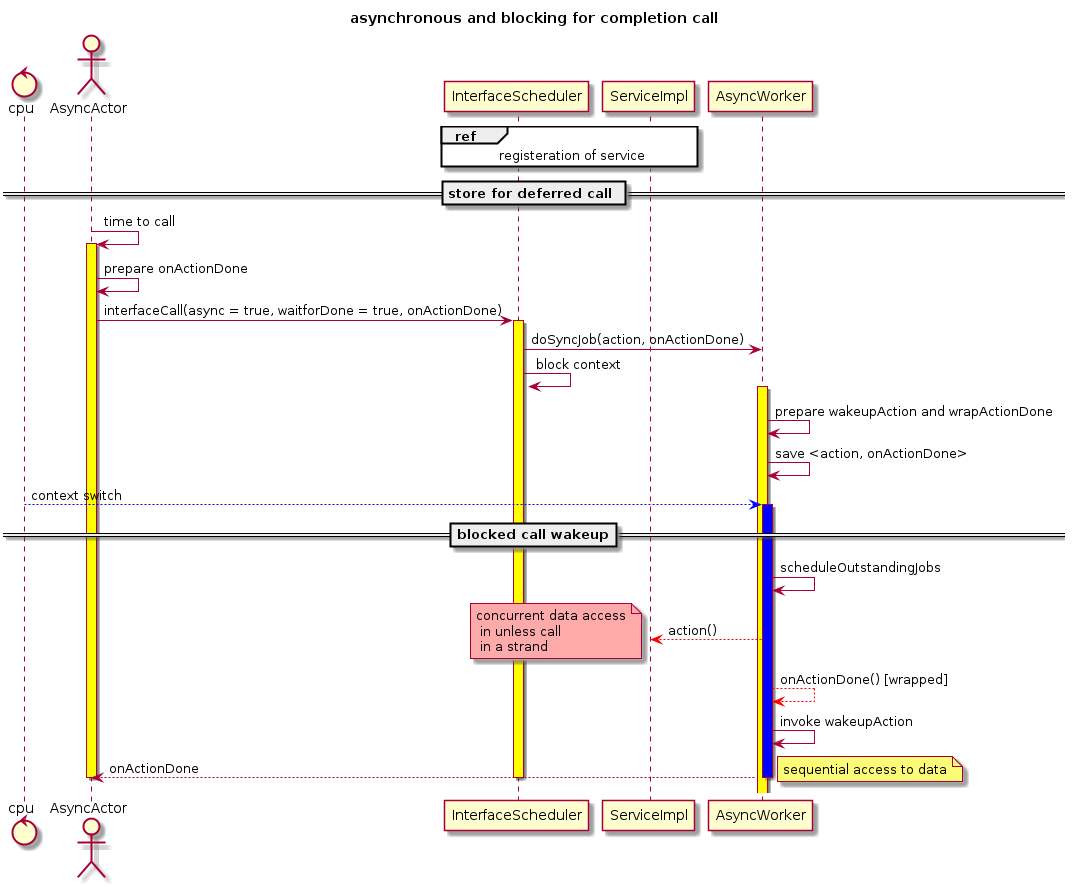
The PlantUML diagram assets/async_lib/asyncNonBlock.png in skyscribe/skyscribe.github.io, before a commit. The source it was exported from:
```plantuml
@startuml
title asynchronous and blocking for completion call
control cpu
actor AsyncActor
ref over InterfaceScheduler, ServiceImpl: registeration of service
== store for deferred call ==
AsyncActor -> AsyncActor: time to call
activate AsyncActor #Yellow
AsyncActor -> AsyncActor : prepare onActionDone
AsyncActor -> InterfaceScheduler : interfaceCall(async = true, waitforDone = true, onActionDone)
activate InterfaceScheduler #Yellow
InterfaceScheduler -> AsyncWorker : doSyncJob(action, onActionDone)
InterfaceScheduler -> InterfaceScheduler : block context
activate AsyncWorker #Yellow
AsyncWorker -> AsyncWorker : prepare wakeupAction and wrapActionDone
AsyncWorker -> AsyncWorker : save <action, onActionDone>
cpu --[#Blue]> AsyncWorker : context switch
activate AsyncWorker #Blue
== blocked call wakeup==
AsyncWorker -> AsyncWorker : scheduleOutstandingJobs
AsyncWorker --[#Red]> ServiceImpl : action()
note left #FFAAAA
    concurrent data access
     in unless call
     in a strand
end note
AsyncWorker --[#Red]> AsyncWorker : onActionDone() [wrapped]
AsyncWorker -> AsyncWorker : invoke wakeupAction
AsyncWorker --> AsyncActor : onActionDone
note right: sequential access to data
deactivate AsyncWorker
deactivate InterfaceScheduler
deactivate AsyncActor
@enduml
```
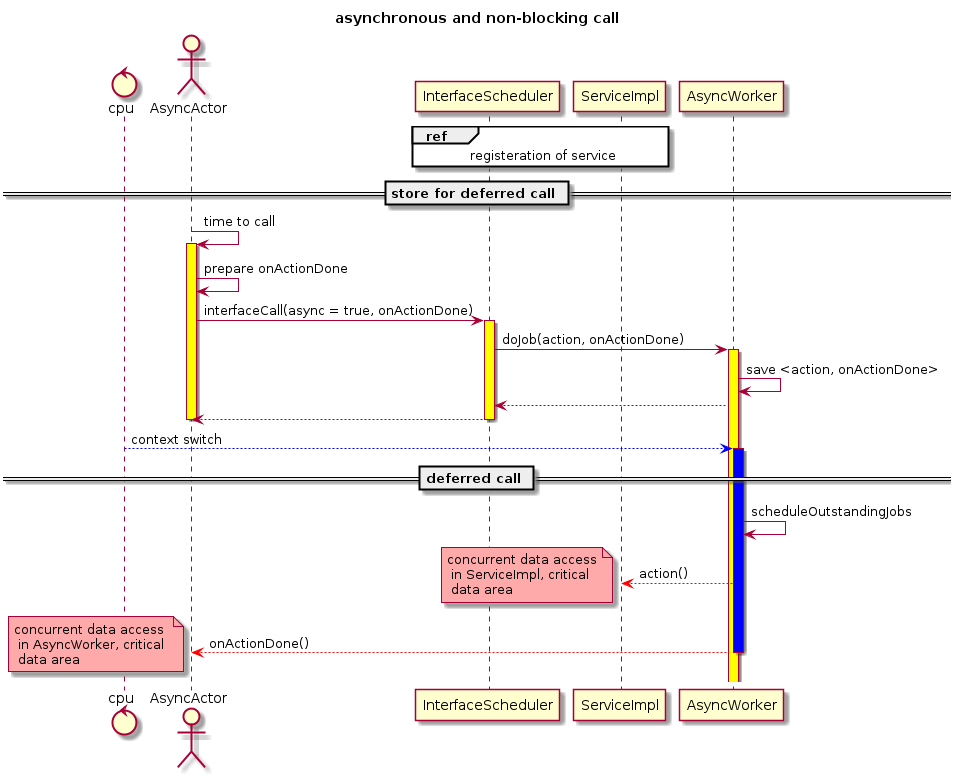
After the change.

What changed in the source:
```diff
@@ -1,34 +1,48 @@
 @startuml
-title asynchronous and blocking for completion call
+title asynchronous and non-blocking call
+
 control cpu
 actor AsyncActor
+
 ref over InterfaceScheduler, ServiceImpl: registeration of service
+
 == store for deferred call ==
 AsyncActor -> AsyncActor: time to call
 activate AsyncActor #Yellow
 AsyncActor -> AsyncActor : prepare onActionDone
-AsyncActor -> InterfaceScheduler : interfaceCall(async = true, waitforDone = true, onActionDone)
+AsyncActor -> InterfaceScheduler : interfaceCall(async = true, onActionDone)
+
 activate InterfaceScheduler #Yellow
-InterfaceScheduler -> AsyncWorker : doSyncJob(action, onActionDone)
-InterfaceScheduler -> InterfaceScheduler : block context
+InterfaceScheduler -> AsyncWorker : doJob(action, onActionDone)
+
 activate AsyncWorker #Yellow
-AsyncWorker -> AsyncWorker : prepare wakeupAction and wrapActionDone
 AsyncWorker -> AsyncWorker : save <action, onActionDone>
+AsyncWorker --> InterfaceScheduler
+InterfaceScheduler --> AsyncActor
+
+deactivate InterfaceScheduler
+deactivate AsyncActor
+
 cpu --[#Blue]> AsyncWorker : context switch
 activate AsyncWorker #Blue
-== blocked call wakeup==
+
+== deferred call ==
+
 AsyncWorker -> AsyncWorker : scheduleOutstandingJobs
+
 AsyncWorker --[#Red]> ServiceImpl : action()
 note left #FFAAAA
     concurrent data access
-     in unless call
-     in a strand
+     in ServiceImpl, critical
+     data area
 end note
-AsyncWorker --[#Red]> AsyncWorker : onActionDone() [wrapped]
-AsyncWorker -> AsyncWorker : invoke wakeupAction
-AsyncWorker --> AsyncActor : onActionDone
-note right: sequential access to data
+
+AsyncWorker --[#Red]> AsyncActor : onActionDone()
+note left #FFAAAA
+    concurrent data access
+     in AsyncWorker, critical
+     data area
+end note
+
 deactivate AsyncWorker
-deactivate InterfaceScheduler
-deactivate AsyncActor
 @enduml
```
